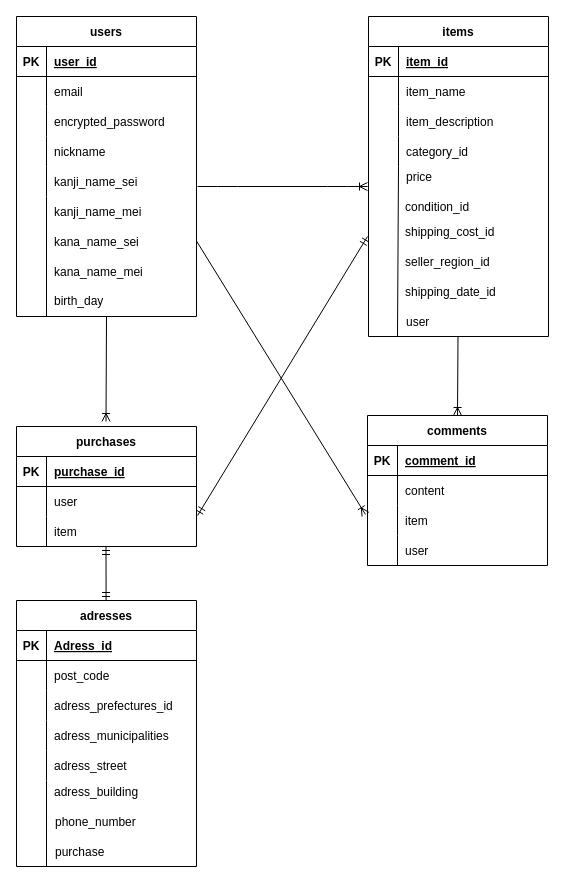
This is furima.dio from sora-site/furima-40734, a draw.io file, before an edit. Source tidied: cells renumbered, new cells numbered last; positions are measured from the earlier drawing's top-left corner, leaving out a move shared by most shapes. Both pictures are drawn from the tidied source at 100%, with x=0, y=0 at pixel (16, 16).
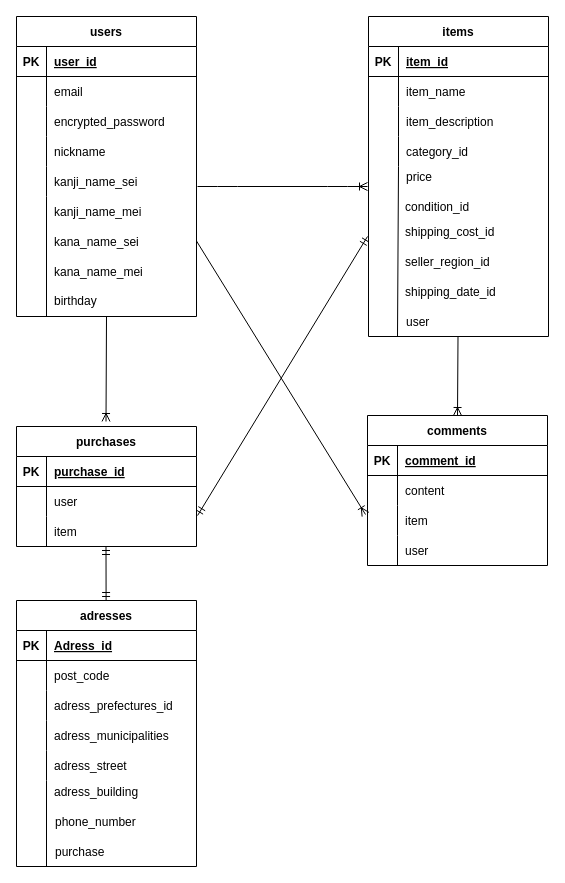
After the change.

Commit message:
項目名birthdayに修正（furima.dio）

Change to the diagram source:
```diff
@@
-    <mxCell id="39" value="birth_day" style="shape=partialRectangle;fillColor=none;top=0;left=0;bottom=0;right=0;align=left;spacingLeft=6;overflow=hidden;" parent="1" vertex="1">
+    <mxCell id="39" value="birthday" style="shape=partialRectangle;fillColor=none;top=0;left=0;bottom=0;right=0;align=left;spacingLeft=6;overflow=hidden;" parent="1" vertex="1">
       <mxGeometry x="30" y="269" width="150" height="30" as="geometry" />
     </mxCell>
```
